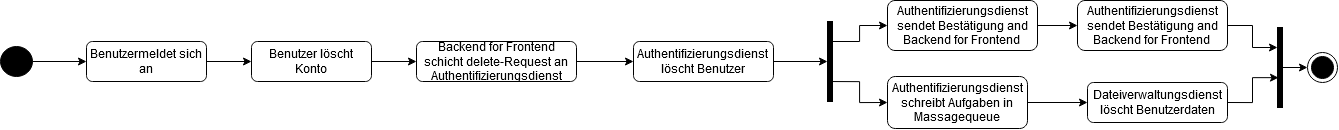
This is Dokumente/Benutzerlebenszyklus/Benutzer löschen Aktivitätsdiagramm.drawio.png from DavidFambach/Abgabe-ASE-Patientenakte, a draw.io export, as it was before one commit. Source tidied: cells renumbered, new cells last; positions are measured from the earlier drawing's top-left corner, leaving out a move shared by most shapes. The source it was exported from:
```xml
<mxGraphModel>
  <root>
    <mxCell id="0" />
    <mxCell id="1" parent="0" />
    <mxCell id="2" style="edgeStyle=orthogonalEdgeStyle;rounded=0;jettySize=auto;html=1;exitX=1;exitY=0.5;exitDx=0;exitDy=0;entryX=0;entryY=0.5;entryDx=0;entryDy=0;" parent="1" edge="1" source="3" target="7">
      <mxGeometry relative="1" as="geometry" />
    </mxCell>
    <mxCell id="3" value="Benutzermeldet sich an" style="rounded=1;whiteSpace=wrap;html=1;fontSize=12;glass=0;strokeWidth=1;shadow=0;" parent="1" vertex="1">
      <mxGeometry x="86" y="41" width="120" height="40" as="geometry" />
    </mxCell>
    <mxCell id="4" style="edgeStyle=orthogonalEdgeStyle;rounded=0;jettySize=auto;html=1;exitX=1;exitY=0.5;exitDx=0;exitDy=0;entryX=0;entryY=0.5;entryDx=0;entryDy=0;" parent="1" edge="1" source="5" target="3">
      <mxGeometry relative="1" as="geometry" />
    </mxCell>
    <mxCell id="5" style="ellipse;fillColor=strokeColor;" parent="1" vertex="1">
      <mxGeometry y="46" width="32" height="30" as="geometry" />
    </mxCell>
    <mxCell id="6" style="edgeStyle=orthogonalEdgeStyle;rounded=0;jettySize=auto;html=1;strokeColor=default;startArrow=none;startFill=0;endArrow=classic;endFill=1;" parent="1" edge="1" source="7" target="16">
      <mxGeometry relative="1" as="geometry" />
    </mxCell>
    <mxCell id="7" value="Benutzer löscht Konto" style="rounded=1;whiteSpace=wrap;html=1;fontSize=12;glass=0;strokeWidth=1;shadow=0;" parent="1" vertex="1">
      <mxGeometry x="251" y="41" width="120" height="40" as="geometry" />
    </mxCell>
    <mxCell id="8" style="edgeStyle=orthogonalEdgeStyle;rounded=0;jettySize=auto;html=1;exitX=1;exitY=0.5;exitDx=0;exitDy=0;strokeColor=default;startArrow=none;startFill=0;endArrow=classic;endFill=1;" parent="1" edge="1" source="9" target="23">
      <mxGeometry relative="1" as="geometry" />
    </mxCell>
    <mxCell id="9" value="&lt;div&gt;Authentifizierungsdienst &lt;br&gt;&lt;/div&gt;&lt;div&gt;löscht Benutzer&lt;br&gt;&lt;/div&gt;" style="rounded=1;whiteSpace=wrap;html=1;fontSize=12;glass=0;strokeWidth=1;shadow=0;" parent="1" vertex="1">
      <mxGeometry x="633" y="41" width="140" height="40" as="geometry" />
    </mxCell>
    <mxCell id="10" style="edgeStyle=orthogonalEdgeStyle;rounded=0;jettySize=auto;html=1;strokeColor=default;startArrow=none;startFill=0;endArrow=classic;endFill=1;" parent="1" edge="1" source="11" target="13">
      <mxGeometry relative="1" as="geometry" />
    </mxCell>
    <mxCell id="11" value="&lt;div&gt;Authentifizierungsdienst schreibt Aufgaben in Massagequeue&lt;br&gt;&lt;/div&gt;" style="rounded=1;whiteSpace=wrap;html=1;fontSize=12;glass=0;strokeWidth=1;shadow=0;" parent="1" vertex="1">
      <mxGeometry x="887" y="76" width="140" height="52" as="geometry" />
    </mxCell>
    <mxCell id="12" style="edgeStyle=orthogonalEdgeStyle;rounded=0;jettySize=auto;html=1;exitX=1;exitY=0.5;exitDx=0;exitDy=0;entryX=0.2;entryY=0.627;entryDx=0;entryDy=0;entryPerimeter=0;strokeColor=default;startArrow=none;startFill=0;endArrow=classic;endFill=1;" parent="1" edge="1" source="13" target="25">
      <mxGeometry relative="1" as="geometry" />
    </mxCell>
    <mxCell id="13" value="Dateiverwaltungsdienst löscht Benutzerdaten" style="rounded=1;whiteSpace=wrap;html=1;fontSize=12;glass=0;strokeWidth=1;shadow=0;" parent="1" vertex="1">
      <mxGeometry x="1087" y="82" width="140" height="40" as="geometry" />
    </mxCell>
    <mxCell id="14" style="ellipse;html=1;shape=endState;fillColor=strokeColor;" parent="1" vertex="1">
      <mxGeometry x="1307" y="52" width="30" height="30" as="geometry" />
    </mxCell>
    <mxCell id="15" style="edgeStyle=orthogonalEdgeStyle;rounded=0;jettySize=auto;html=1;exitX=1;exitY=0.5;exitDx=0;exitDy=0;entryX=0;entryY=0.5;entryDx=0;entryDy=0;strokeColor=default;startArrow=none;startFill=0;endArrow=classic;endFill=1;" parent="1" edge="1" source="16" target="9">
      <mxGeometry relative="1" as="geometry" />
    </mxCell>
    <mxCell id="16" value="Backend for Frontend schicht delete-Request an Authentifizierungsdienst" style="rounded=1;whiteSpace=wrap;html=1;fontSize=12;glass=0;strokeWidth=1;shadow=0;" parent="1" vertex="1">
      <mxGeometry x="416" y="41" width="160" height="40" as="geometry" />
    </mxCell>
    <mxCell id="17" style="edgeStyle=orthogonalEdgeStyle;rounded=0;jettySize=auto;html=1;strokeColor=default;startArrow=none;startFill=0;endArrow=classic;endFill=1;" parent="1" edge="1" source="18" target="20">
      <mxGeometry relative="1" as="geometry" />
    </mxCell>
    <mxCell id="18" value="&lt;div&gt;Authentifizierungsdienst sendet Bestätigung and Backend for Frontend&lt;br&gt;&lt;/div&gt;" style="rounded=1;whiteSpace=wrap;html=1;fontSize=12;glass=0;strokeWidth=1;shadow=0;" parent="1" vertex="1">
      <mxGeometry x="887" width="150" height="50" as="geometry" />
    </mxCell>
    <mxCell id="19" style="edgeStyle=orthogonalEdgeStyle;rounded=0;jettySize=auto;html=1;exitX=1;exitY=0.5;exitDx=0;exitDy=0;entryX=0;entryY=0.25;entryDx=0;entryDy=0;entryPerimeter=0;strokeColor=default;startArrow=none;startFill=0;endArrow=classic;endFill=1;" parent="1" edge="1" source="20" target="25">
      <mxGeometry relative="1" as="geometry" />
    </mxCell>
    <mxCell id="20" value="&lt;div&gt;Authentifizierungsdienst sendet Bestätigung and Backend for Frontend&lt;br&gt;&lt;/div&gt;" style="rounded=1;whiteSpace=wrap;html=1;fontSize=12;glass=0;strokeWidth=1;shadow=0;" parent="1" vertex="1">
      <mxGeometry x="1077" width="150" height="50" as="geometry" />
    </mxCell>
    <mxCell id="21" style="edgeStyle=orthogonalEdgeStyle;rounded=0;jettySize=auto;html=1;entryX=0;entryY=0.5;entryDx=0;entryDy=0;strokeColor=default;startArrow=none;startFill=0;endArrow=classic;endFill=1;" parent="1" edge="1" target="11">
      <mxGeometry relative="1" as="geometry">
        <mxPoint x="832" y="81.1" as="sourcePoint" />
        <Array as="points">
          <mxPoint x="859" y="81" />
          <mxPoint x="859" y="102" />
        </Array>
      </mxGeometry>
    </mxCell>
    <mxCell id="22" style="edgeStyle=orthogonalEdgeStyle;rounded=0;jettySize=auto;html=1;entryX=0;entryY=0.5;entryDx=0;entryDy=0;strokeColor=default;startArrow=none;startFill=0;endArrow=classic;endFill=1;" parent="1" edge="1" source="23" target="18">
      <mxGeometry relative="1" as="geometry">
        <Array as="points">
          <mxPoint x="859" y="41" />
          <mxPoint x="859" y="25" />
        </Array>
      </mxGeometry>
    </mxCell>
    <mxCell id="23" style="html=1;points=[];perimeter=orthogonalPerimeter;fillColor=strokeColor;" parent="1" vertex="1">
      <mxGeometry x="827" y="21" width="5" height="80" as="geometry" />
    </mxCell>
    <mxCell id="24" style="edgeStyle=orthogonalEdgeStyle;rounded=0;jettySize=auto;html=1;strokeColor=default;startArrow=none;startFill=0;endArrow=classic;endFill=1;" parent="1" edge="1" source="25" target="14">
      <mxGeometry relative="1" as="geometry" />
    </mxCell>
    <mxCell id="25" style="html=1;points=[];perimeter=orthogonalPerimeter;fillColor=strokeColor;" parent="1" vertex="1">
      <mxGeometry x="1277" y="27" width="5" height="80" as="geometry" />
    </mxCell>
  </root>
</mxGraphModel>
```
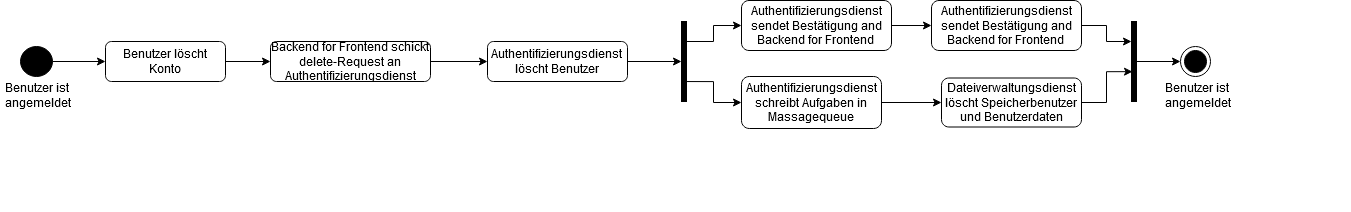
Above is the later version.

Diff of the diagram source:
```diff
@@ -2,17 +2,11 @@
   <root>
     <mxCell id="0" />
     <mxCell id="1" parent="0" />
-    <mxCell id="2" style="edgeStyle=orthogonalEdgeStyle;rounded=0;jettySize=auto;html=1;exitX=1;exitY=0.5;exitDx=0;exitDy=0;entryX=0;entryY=0.5;entryDx=0;entryDy=0;" parent="1" edge="1" source="3" target="7">
+    <mxCell id="2" style="edgeStyle=orthogonalEdgeStyle;rounded=0;jettySize=auto;html=1;exitX=1;exitY=0.5;exitDx=0;exitDy=0;entryX=0;entryY=0.5;entryDx=0;entryDy=0;" parent="1" edge="1" source="5" target="7">
       <mxGeometry relative="1" as="geometry" />
     </mxCell>
-    <mxCell id="3" value="Benutzermeldet sich an" style="rounded=1;whiteSpace=wrap;html=1;fontSize=12;glass=0;strokeWidth=1;shadow=0;" parent="1" vertex="1">
-      <mxGeometry x="86" y="41" width="120" height="40" as="geometry" />
-    </mxCell>
-    <mxCell id="4" style="edgeStyle=orthogonalEdgeStyle;rounded=0;jettySize=auto;html=1;exitX=1;exitY=0.5;exitDx=0;exitDy=0;entryX=0;entryY=0.5;entryDx=0;entryDy=0;" parent="1" edge="1" source="5" target="3">
-      <mxGeometry relative="1" as="geometry" />
-    </mxCell>
     <mxCell id="5" style="ellipse;fillColor=strokeColor;" parent="1" vertex="1">
-      <mxGeometry y="46" width="32" height="30" as="geometry" />
+      <mxGeometry x="166" y="46" width="32" height="30" as="geometry" />
     </mxCell>
     <mxCell id="6" style="edgeStyle=orthogonalEdgeStyle;rounded=0;jettySize=auto;html=1;strokeColor=default;startArrow=none;startFill=0;endArrow=classic;endFill=1;" parent="1" edge="1" source="7" target="16">
       <mxGeometry relative="1" as="geometry" />
@@ -35,16 +29,16 @@
     <mxCell id="12" style="edgeStyle=orthogonalEdgeStyle;rounded=0;jettySize=auto;html=1;exitX=1;exitY=0.5;exitDx=0;exitDy=0;entryX=0.2;entryY=0.627;entryDx=0;entryDy=0;entryPerimeter=0;strokeColor=default;startArrow=none;startFill=0;endArrow=classic;endFill=1;" parent="1" edge="1" source="13" target="25">
       <mxGeometry relative="1" as="geometry" />
     </mxCell>
-    <mxCell id="13" value="Dateiverwaltungsdienst löscht Benutzerdaten" style="rounded=1;whiteSpace=wrap;html=1;fontSize=12;glass=0;strokeWidth=1;shadow=0;" parent="1" vertex="1">
-      <mxGeometry x="1087" y="82" width="140" height="40" as="geometry" />
+    <mxCell id="13" value="Dateiverwaltungsdienst löscht Speicherbenutzer und Benutzerdaten" style="rounded=1;whiteSpace=wrap;html=1;fontSize=12;glass=0;strokeWidth=1;shadow=0;" parent="1" vertex="1">
+      <mxGeometry x="1087" y="77.5" width="140" height="49" as="geometry" />
     </mxCell>
     <mxCell id="14" style="ellipse;html=1;shape=endState;fillColor=strokeColor;" parent="1" vertex="1">
-      <mxGeometry x="1307" y="52" width="30" height="30" as="geometry" />
+      <mxGeometry x="1326" y="46" width="30" height="30" as="geometry" />
     </mxCell>
     <mxCell id="15" style="edgeStyle=orthogonalEdgeStyle;rounded=0;jettySize=auto;html=1;exitX=1;exitY=0.5;exitDx=0;exitDy=0;entryX=0;entryY=0.5;entryDx=0;entryDy=0;strokeColor=default;startArrow=none;startFill=0;endArrow=classic;endFill=1;" parent="1" edge="1" source="16" target="9">
       <mxGeometry relative="1" as="geometry" />
     </mxCell>
-    <mxCell id="16" value="Backend for Frontend schicht delete-Request an Authentifizierungsdienst" style="rounded=1;whiteSpace=wrap;html=1;fontSize=12;glass=0;strokeWidth=1;shadow=0;" parent="1" vertex="1">
+    <mxCell id="16" value="Backend for Frontend schickt delete-Request an Authentifizierungsdienst" style="rounded=1;whiteSpace=wrap;html=1;fontSize=12;glass=0;strokeWidth=1;shadow=0;" parent="1" vertex="1">
       <mxGeometry x="416" y="41" width="160" height="40" as="geometry" />
     </mxCell>
     <mxCell id="17" style="edgeStyle=orthogonalEdgeStyle;rounded=0;jettySize=auto;html=1;strokeColor=default;startArrow=none;startFill=0;endArrow=classic;endFill=1;" parent="1" edge="1" source="18" target="20">
@@ -83,7 +77,13 @@
       <mxGeometry relative="1" as="geometry" />
     </mxCell>
     <mxCell id="25" style="html=1;points=[];perimeter=orthogonalPerimeter;fillColor=strokeColor;" parent="1" vertex="1">
-      <mxGeometry x="1277" y="27" width="5" height="80" as="geometry" />
+      <mxGeometry x="1277" y="21" width="5" height="80" as="geometry" />
     </mxCell>
+    <mxCell id="26" value="&lt;div&gt;Benutzer ist &lt;br&gt;&lt;/div&gt;&lt;div&gt;angemeldet&lt;/div&gt;" style="text;html=1;strokeColor=none;fillColor=none;spacing=5;spacingTop=-20;whiteSpace=wrap;overflow=hidden;rounded=0;" parent="1" vertex="1">
+      <mxGeometry x="146" y="91" width="190" height="120" as="geometry" />
+    </mxCell>
+    <mxCell id="27" value="&lt;div&gt;Benutzer ist &lt;br&gt;&lt;/div&gt;&lt;div&gt;angemeldet&lt;/div&gt;" style="text;html=1;strokeColor=none;fillColor=none;spacing=5;spacingTop=-20;whiteSpace=wrap;overflow=hidden;rounded=0;" parent="1" vertex="1">
+      <mxGeometry x="1306" y="91" width="190" height="120" as="geometry" />
+    </mxCell>
   </root>
 </mxGraphModel>
```
